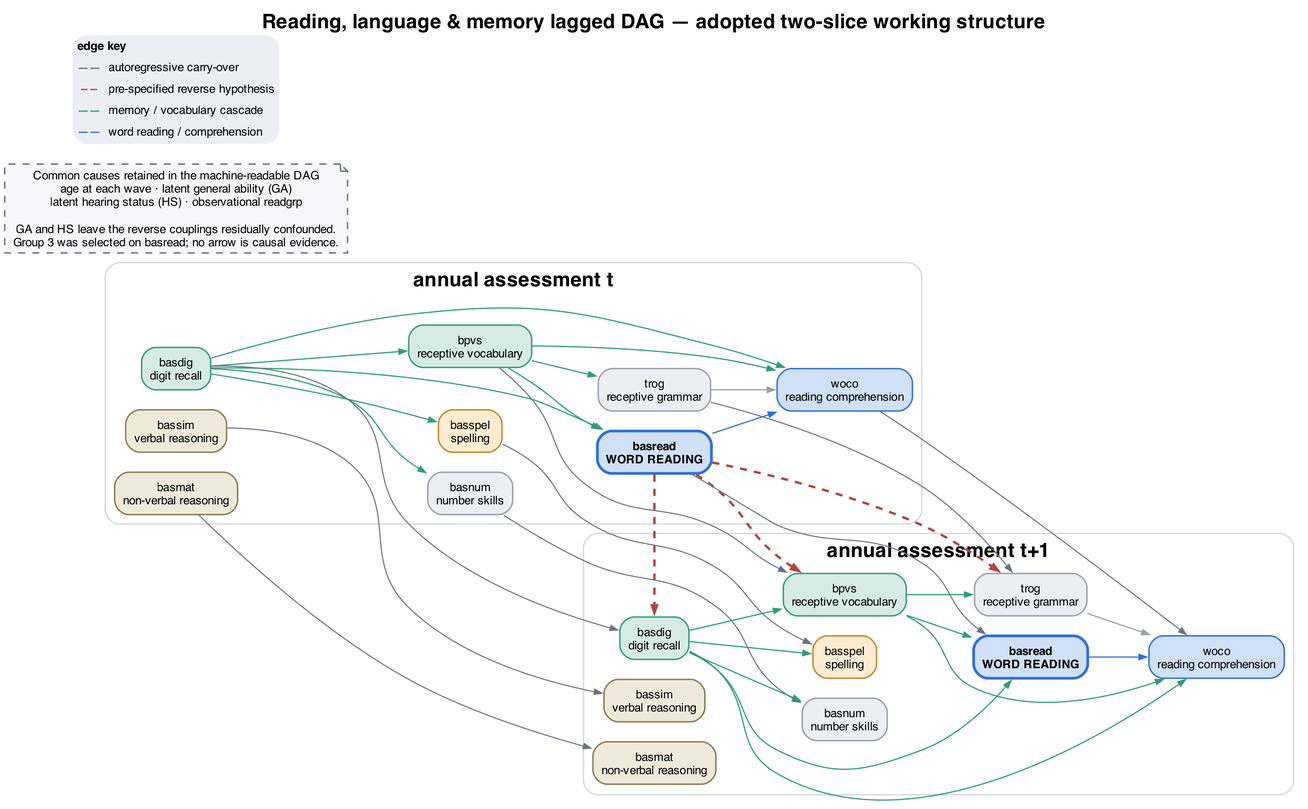
The Graphviz diagram dag/dag-reading-language-memory-lagged.png in dseinternational/language-reading-predictors, before a commit. Its source is kept beside it as dag/dag-reading-language-memory-lagged.dot.
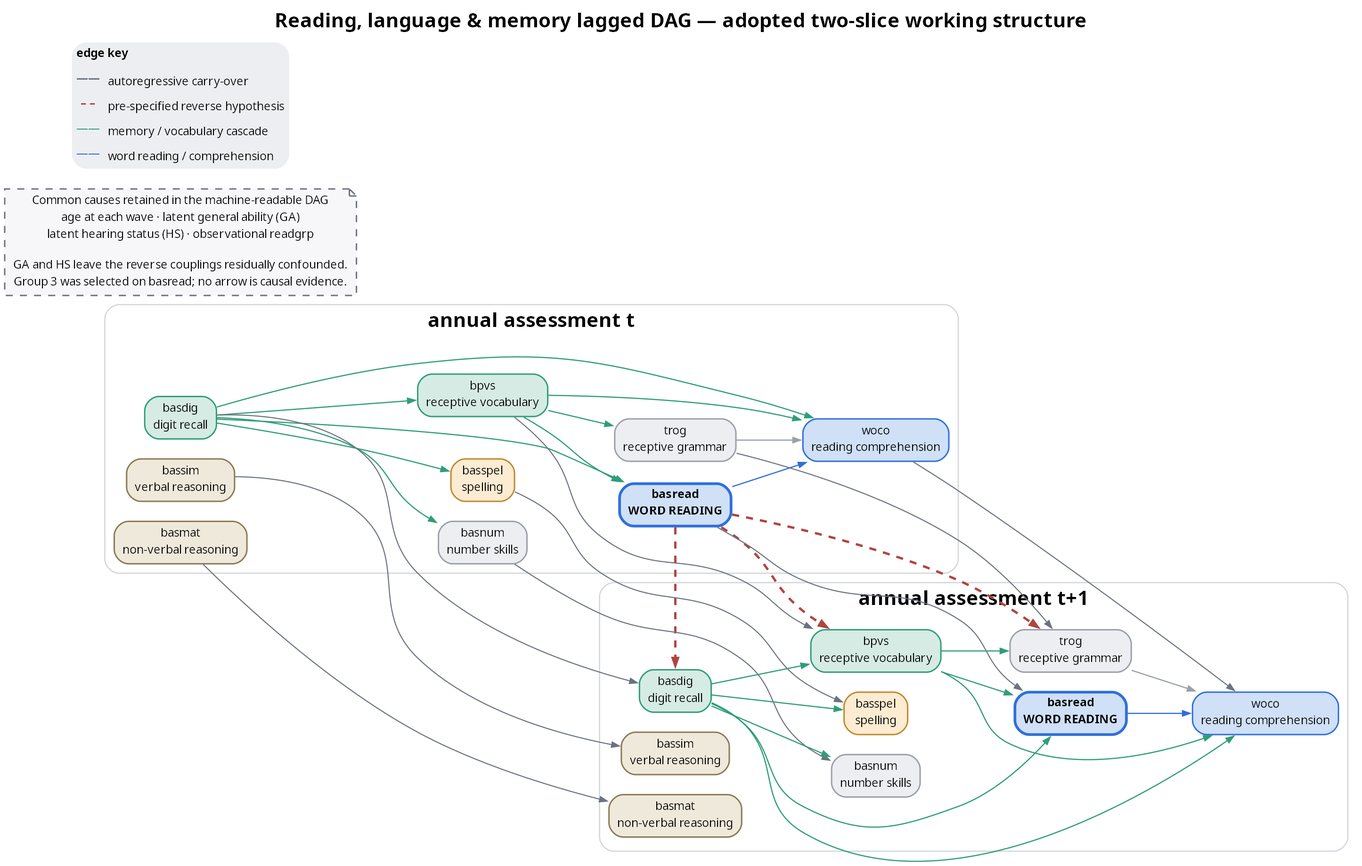
Later version of the same file.

Diff of the diagram source:
```diff
@@ -2,25 +2,25 @@
   rankdir=LR;
   bgcolor="white";
   labelloc="t";
-  fontname="Helvetica-Bold";
+  fontname="Noto Sans,sans-serif";
   fontsize=17;
-  label="Reading, language & memory lagged DAG — adopted two-slice working structure";
+  label=<<B>Reading, language &amp; memory lagged DAG — adopted two-slice working structure</B>>;
   nodesep=0.24;
   ranksep=0.72;
   concentrate=false;
   splines=true;
-  node [shape=box, style="rounded,filled", fontname="Helvetica", fontsize=10,
+  node [shape=box, style="rounded,filled", fontname="Noto Sans,sans-serif", fontsize=10,
         margin="0.10,0.05", penwidth=1.2, color="#9aa0a8", fillcolor="#eceef1"];
   edge [penwidth=1.0, arrowsize=0.65, color="#9aa0a8"];
 
   subgraph cluster_t {
-    label="annual assessment t";
+    label=<<B>annual assessment t</B>>;
     color="#d1d5db";
     style="rounded";
     basdig_t  [label="basdig\ndigit recall", fillcolor="#d6ebe4", color="#2f9e78"];
     bpvs_t    [label="bpvs\nreceptive vocabulary", fillcolor="#d6ebe4", color="#2f9e78"];
     trog_t    [label="trog\nreceptive grammar"];
-    basread_t [label="basread\nWORD READING", fillcolor="#cfe0f7", color="#2f6fdb", penwidth=2.3, fontname="Helvetica-Bold"];
+    basread_t [label=<<TABLE BORDER="0" CELLSPACING="0" CELLPADDING="0"><TR><TD><B>basread</B></TD></TR><TR><TD><B>WORD READING</B></TD></TR></TABLE>>, fillcolor="#cfe0f7", color="#2f6fdb", penwidth=2.3];
     woco_t    [label="woco\nreading comprehension", fillcolor="#cfe0f7", color="#2f6fdb"];
     basspel_t [label="basspel\nspelling", fillcolor="#fdecd2", color="#c2872a"];
     basnum_t  [label="basnum\nnumber skills"];
@@ -37,13 +37,13 @@
   }
 
   subgraph cluster_t1 {
-    label="annual assessment t+1";
+    label=<<B>annual assessment t+1</B>>;
     color="#d1d5db";
     style="rounded";
     basdig_t1  [label="basdig\ndigit recall", fillcolor="#d6ebe4", color="#2f9e78"];
     bpvs_t1    [label="bpvs\nreceptive vocabulary", fillcolor="#d6ebe4", color="#2f9e78"];
     trog_t1    [label="trog\nreceptive grammar"];
-    basread_t1 [label="basread\nWORD READING", fillcolor="#cfe0f7", color="#2f6fdb", penwidth=2.3, fontname="Helvetica-Bold"];
+    basread_t1 [label=<<TABLE BORDER="0" CELLSPACING="0" CELLPADDING="0"><TR><TD><B>basread</B></TD></TR><TR><TD><B>WORD READING</B></TD></TR></TABLE>>, fillcolor="#cfe0f7", color="#2f6fdb", penwidth=2.3];
     woco_t1    [label="woco\nreading comprehension", fillcolor="#cfe0f7", color="#2f6fdb"];
     basspel_t1 [label="basspel\nspelling", fillcolor="#fdecd2", color="#c2872a"];
     basnum_t1  [label="basnum\nnumber skills"];
```
